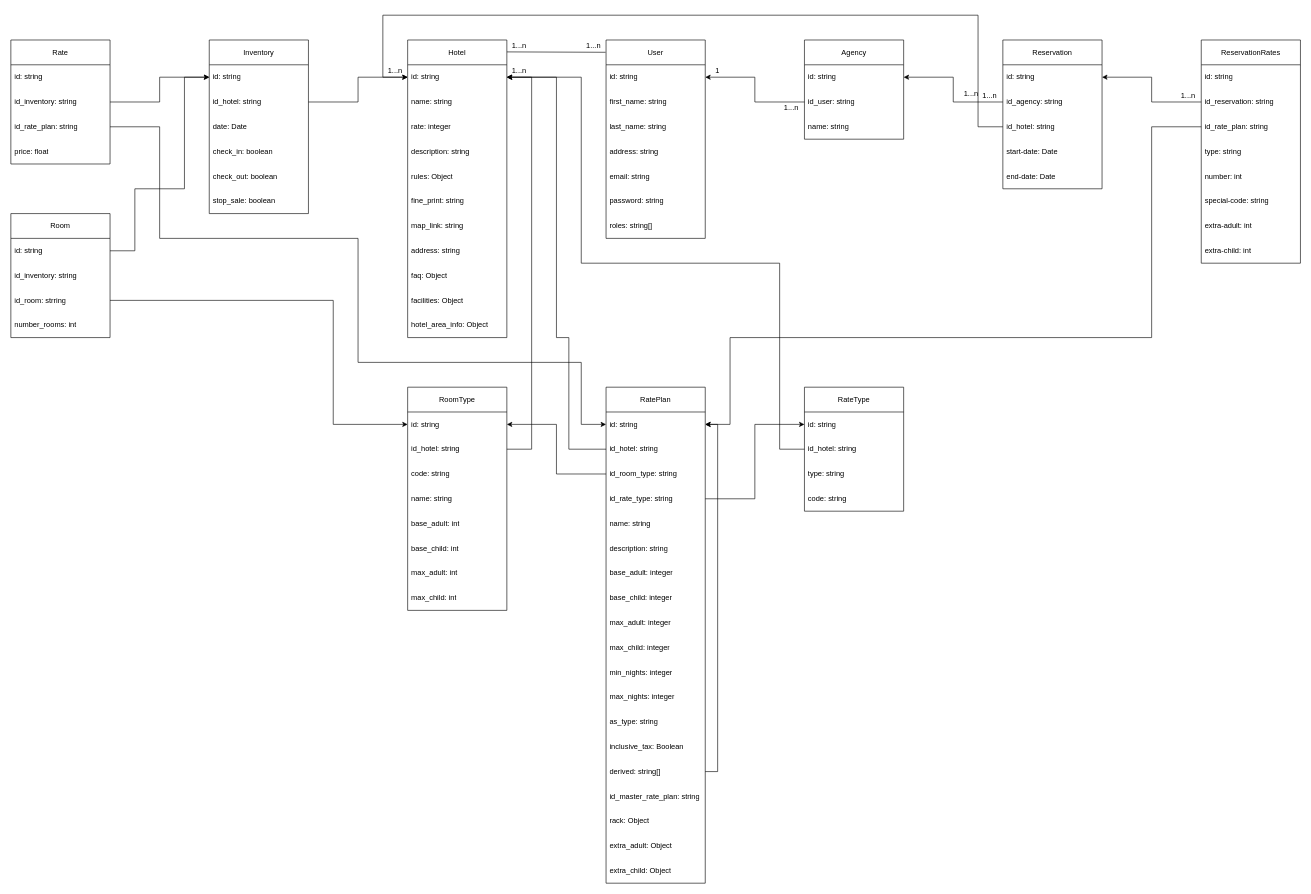
This is H/A-Reservation.drawio from jawharhmidi02/resrvy_diagrams, a draw.io file, before an edit. Source tidied: cells renumbered, new cells numbered last; positions are measured from the earlier drawing's top-left corner, leaving out a move shared by most shapes. Both pictures are drawn from the tidied source at 62%, with x=0, y=0 at pixel (11, 15).
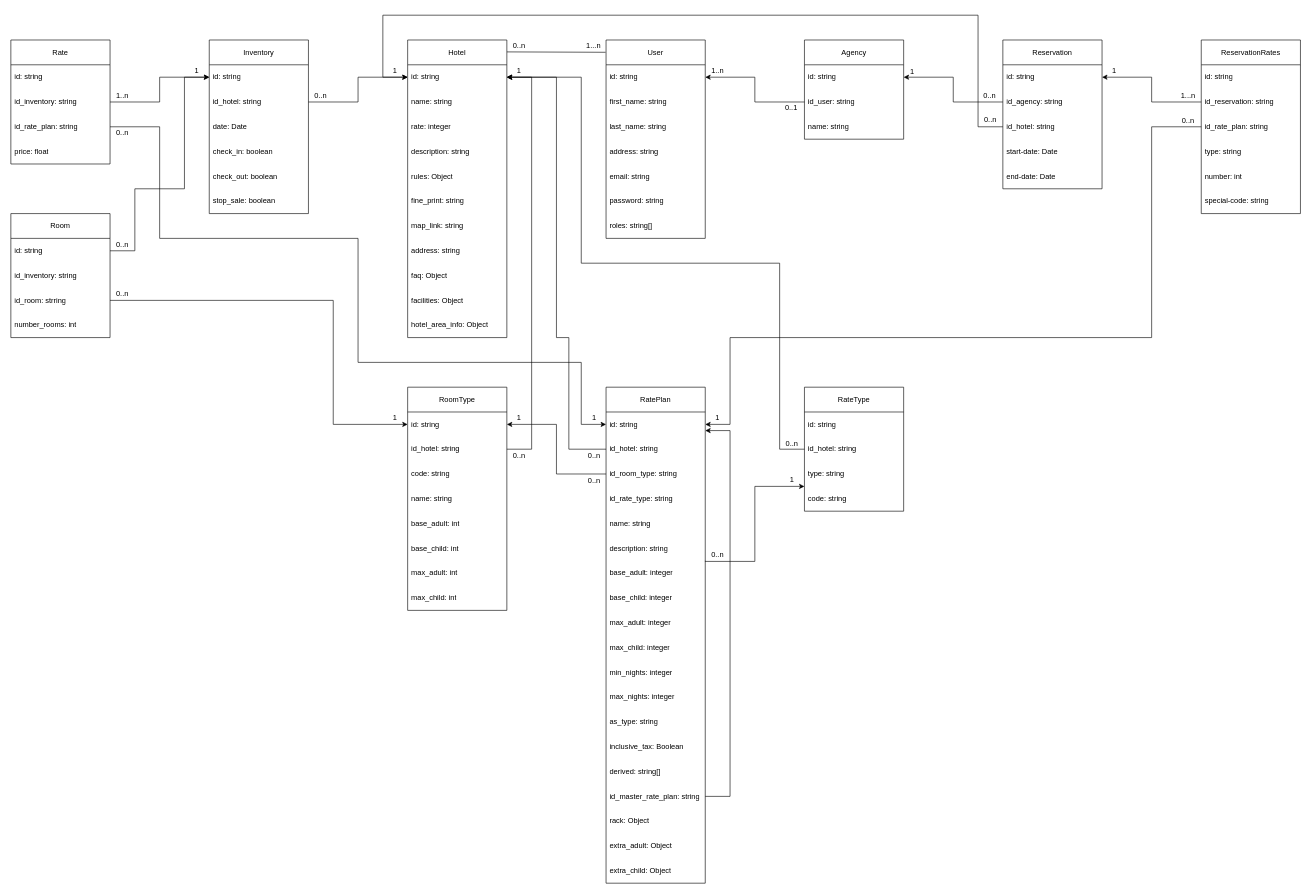
After the change.

Commit message:
Mettre à jour A-Reservation.drawio

The change refers to these unchanged cells:
```xml
<mxCell id="33" value="id: string" style="text;strokeColor=none;fillColor=none;align=left;verticalAlign=middle;spacingLeft=4;spacingRight=4;overflow=hidden;points=[[0,0.5],[1,0.5]];portConstraint=eastwest;whiteSpace=wrap;html=1;" parent="32" vertex="1">
  <mxGeometry y="40" width="160" height="40" as="geometry" />
</mxCell>
<mxCell id="37" value="RatePlan" style="swimlane;fontStyle=0;horizontal=1;startSize=40;whiteSpace=wrap;html=1;direction=east;" parent="1" vertex="1">
  <mxGeometry x="960" y="600" width="160" height="800" as="geometry" />
</mxCell>
<mxCell id="38" value="id: string" style="text;strokeColor=none;fillColor=none;align=left;verticalAlign=middle;spacingLeft=4;spacingRight=4;overflow=hidden;points=[[0,0.5],[1,0.5]];portConstraint=eastwest;whiteSpace=wrap;html=1;" parent="37" vertex="1">
  <mxGeometry y="40" width="160" height="40" as="geometry" />
</mxCell>
<mxCell id="40" value="id_room_type: string" style="text;strokeColor=none;fillColor=none;align=left;verticalAlign=middle;spacingLeft=4;spacingRight=4;overflow=hidden;points=[[0,0.5],[1,0.5]];portConstraint=eastwest;whiteSpace=wrap;html=1;" parent="37" vertex="1">
  <mxGeometry y="120" width="160" height="40" as="geometry" />
</mxCell>
<mxCell id="41" value="id_rate_type: string" style="text;strokeColor=none;fillColor=none;align=left;verticalAlign=middle;spacingLeft=4;spacingRight=4;overflow=hidden;points=[[0,0.5],[1,0.5]];portConstraint=eastwest;whiteSpace=wrap;html=1;" parent="37" vertex="1">
  <mxGeometry y="160" width="160" height="40" as="geometry" />
</mxCell>
<mxCell id="52" value="derived: string[]" style="text;strokeColor=none;fillColor=none;align=left;verticalAlign=middle;spacingLeft=4;spacingRight=4;overflow=hidden;points=[[0,0.5],[1,0.5]];portConstraint=eastwest;whiteSpace=wrap;html=1;" parent="37" vertex="1">
  <mxGeometry y="600" width="160" height="40" as="geometry" />
</mxCell>
<mxCell id="54" value="id_master_rate_plan: string" style="text;strokeColor=none;fillColor=none;align=left;verticalAlign=middle;spacingLeft=4;spacingRight=4;overflow=hidden;points=[[0,0.5],[1,0.5]];portConstraint=eastwest;whiteSpace=wrap;html=1;" parent="37" vertex="1">
  <mxGeometry y="640" width="160" height="40" as="geometry" />
</mxCell>
<mxCell id="59" value="id: string" style="text;strokeColor=none;fillColor=none;align=left;verticalAlign=middle;spacingLeft=4;spacingRight=4;overflow=hidden;points=[[0,0.5],[1,0.5]];portConstraint=eastwest;whiteSpace=wrap;html=1;" parent="58" vertex="1">
  <mxGeometry y="40" width="160" height="40" as="geometry" />
</mxCell>
```

Diff of the diagram source:
```diff
@@
-    <mxCell id="53" style="edgeStyle=orthogonalEdgeStyle;rounded=0;jettySize=auto;html=1;entryX=1;entryY=0.5;entryDx=0;entryDy=0;exitX=1;exitY=0.5;exitDx=0;exitDy=0;" parent="37" edge="1" source="52" target="38">
-      <mxGeometry relative="1" as="geometry">
-        <Array as="points">
-          <mxPoint x="180" y="620" />
-          <mxPoint x="180" y="60" />
-        </Array>
-      </mxGeometry>
-    </mxCell>
@@
+    <mxCell id="53" style="edgeStyle=orthogonalEdgeStyle;rounded=0;jettySize=auto;html=1;exitX=1;exitY=0.5;exitDx=0;exitDy=0;" parent="37" edge="1" source="54">
+      <mxGeometry relative="1" as="geometry">
+        <mxPoint x="160" y="70" as="targetPoint" />
+        <Array as="points">
+          <mxPoint x="200" y="660" />
+          <mxPoint x="200" y="70" />
+        </Array>
+      </mxGeometry>
+    </mxCell>
@@
     <mxCell id="67" value="ReservationRates" style="swimlane;fontStyle=0;horizontal=1;startSize=40;whiteSpace=wrap;html=1;" parent="1" vertex="1">
-      <mxGeometry x="1920" y="40" width="160" height="360" as="geometry" />
+      <mxGeometry x="1920" y="40" width="160" height="280" as="geometry" />
     </mxCell>
@@
-    <mxCell id="74" value="extra-adult: int" style="text;strokeColor=none;fillColor=none;align=left;verticalAlign=middle;spacingLeft=4;spacingRight=4;overflow=hidden;whiteSpace=wrap;html=1;" parent="67" vertex="1">
-      <mxGeometry y="280" width="160" height="40" as="geometry" />
-    </mxCell>
-    <mxCell id="75" value="extra-child: int" style="text;strokeColor=none;fillColor=none;align=left;verticalAlign=middle;spacingLeft=4;spacingRight=4;overflow=hidden;whiteSpace=wrap;html=1;" parent="67" vertex="1">
-      <mxGeometry y="320" width="160" height="40" as="geometry" />
-    </mxCell>
@@
-    <mxCell id="85" value="1...n" style="text;html=1;align=center;verticalAlign=middle;whiteSpace=wrap;rounded=0;" parent="1" vertex="1">
+    <mxCell id="85" value="0..n" style="text;html=1;align=center;verticalAlign=middle;whiteSpace=wrap;rounded=0;" parent="1" vertex="1">
       <mxGeometry x="800" y="40" width="40" height="20" as="geometry" />
     </mxCell>
@@
-    <mxCell id="87" value="1" style="text;html=1;align=center;verticalAlign=middle;whiteSpace=wrap;rounded=0;" parent="1" vertex="1">
+    <mxCell id="87" value="1..n" style="text;html=1;align=center;verticalAlign=middle;whiteSpace=wrap;rounded=0;" parent="1" vertex="1">
       <mxGeometry x="1120" y="80" width="40" height="20" as="geometry" />
     </mxCell>
-    <mxCell id="88" value="1...n" style="text;html=1;align=center;verticalAlign=middle;whiteSpace=wrap;rounded=0;" parent="1" vertex="1">
+    <mxCell id="88" value="0..1" style="text;html=1;align=center;verticalAlign=middle;whiteSpace=wrap;rounded=0;" parent="1" vertex="1">
       <mxGeometry x="1239" y="140" width="40" height="20" as="geometry" />
     </mxCell>
     <mxCell id="89" style="edgeStyle=orthogonalEdgeStyle;rounded=0;jettySize=auto;html=1;entryX=1;entryY=0.5;entryDx=0;entryDy=0;" parent="1" edge="1" source="40" target="59">
-      <mxGeometry relative="1" as="geometry" />
+      <mxGeometry relative="1" as="geometry">
+        <Array as="points">
+          <mxPoint x="880" y="740" />
+          <mxPoint x="880" y="660" />
+        </Array>
+      </mxGeometry>
     </mxCell>
-    <mxCell id="90" style="edgeStyle=orthogonalEdgeStyle;rounded=0;jettySize=auto;html=1;entryX=0;entryY=0.5;entryDx=0;entryDy=0;" parent="1" edge="1" source="41" target="33">
-      <mxGeometry relative="1" as="geometry" />
+    <mxCell id="90" style="edgeStyle=orthogonalEdgeStyle;rounded=0;orthogonalLoop=1;jettySize=auto;html=1;entryX=0;entryY=0.5;entryDx=0;entryDy=0;" parent="1" edge="1">
+      <mxGeometry relative="1" as="geometry">
+        <mxPoint x="1120" y="880" as="sourcePoint" />
+        <mxPoint x="1280" y="760" as="targetPoint" />
+        <Array as="points">
+          <mxPoint x="1200" y="881" />
+          <mxPoint x="1200" y="760" />
+        </Array>
+      </mxGeometry>
     </mxCell>
@@
-    <mxCell id="94" value="1...n" style="text;html=1;align=center;verticalAlign=middle;whiteSpace=wrap;rounded=0;" parent="1" vertex="1">
+    <mxCell id="94" value="1" style="text;html=1;align=center;verticalAlign=middle;whiteSpace=wrap;rounded=0;" parent="1" vertex="1">
       <mxGeometry x="800" y="80" width="40" height="20" as="geometry" />
     </mxCell>
@@
-    <mxCell id="96" value="1...n" style="text;html=1;align=center;verticalAlign=middle;whiteSpace=wrap;rounded=0;" parent="1" vertex="1">
+    <mxCell id="96" value="1" style="text;html=1;align=center;verticalAlign=middle;whiteSpace=wrap;rounded=0;" parent="1" vertex="1">
       <mxGeometry x="600" y="80" width="40" height="20" as="geometry" />
     </mxCell>
@@
-    <mxCell id="115" value="1...n" style="text;html=1;align=center;verticalAlign=middle;whiteSpace=wrap;rounded=0;" parent="1" vertex="1">
+    <mxCell id="115" value="0..n" style="text;html=1;align=center;verticalAlign=middle;whiteSpace=wrap;rounded=0;" parent="1" vertex="1">
       <mxGeometry x="1559" y="120" width="40" height="20" as="geometry" />
     </mxCell>
-    <mxCell id="116" value="1...n" style="text;html=1;align=center;verticalAlign=middle;whiteSpace=wrap;rounded=0;" parent="1" vertex="1">
-      <mxGeometry x="1529" y="117" width="40" height="20" as="geometry" />
+    <mxCell id="116" value="1" style="text;html=1;align=center;verticalAlign=middle;whiteSpace=wrap;rounded=0;" parent="1" vertex="1">
+      <mxGeometry x="1434" y="81" width="40" height="20" as="geometry" />
     </mxCell>
@@
+    <mxCell id="118" value="1" style="text;html=1;align=center;verticalAlign=middle;whiteSpace=wrap;rounded=0;" parent="1" vertex="1">
+      <mxGeometry x="1760" y="80" width="40" height="20" as="geometry" />
+    </mxCell>
+    <mxCell id="119" value="1" style="text;html=1;align=center;verticalAlign=middle;whiteSpace=wrap;rounded=0;" parent="1" vertex="1">
+      <mxGeometry x="1120" y="640" width="40" height="20" as="geometry" />
+    </mxCell>
+    <mxCell id="120" value="0..n" style="text;html=1;align=center;verticalAlign=middle;whiteSpace=wrap;rounded=0;" parent="1" vertex="1">
+      <mxGeometry x="1879" y="160" width="40" height="20" as="geometry" />
+    </mxCell>
+    <mxCell id="121" value="1" style="text;html=1;align=center;verticalAlign=middle;whiteSpace=wrap;rounded=0;" parent="1" vertex="1">
+      <mxGeometry x="1240" y="740" width="40" height="20" as="geometry" />
+    </mxCell>
+    <mxCell id="122" value="0..n" style="text;html=1;align=center;verticalAlign=middle;whiteSpace=wrap;rounded=0;" parent="1" vertex="1">
+      <mxGeometry x="1120" y="860" width="40" height="20" as="geometry" />
+    </mxCell>
+    <mxCell id="123" value="0..n" style="text;html=1;align=center;verticalAlign=middle;whiteSpace=wrap;rounded=0;" parent="1" vertex="1">
+      <mxGeometry x="921" y="741" width="40" height="20" as="geometry" />
+    </mxCell>
+    <mxCell id="124" value="1" style="text;html=1;align=center;verticalAlign=middle;whiteSpace=wrap;rounded=0;" parent="1" vertex="1">
+      <mxGeometry x="800" y="640" width="40" height="20" as="geometry" />
+    </mxCell>
+    <mxCell id="125" value="1" style="text;html=1;align=center;verticalAlign=middle;whiteSpace=wrap;rounded=0;" parent="1" vertex="1">
+      <mxGeometry x="600" y="640" width="40" height="20" as="geometry" />
+    </mxCell>
+    <mxCell id="126" value="0..n" style="text;html=1;align=center;verticalAlign=middle;whiteSpace=wrap;rounded=0;" parent="1" vertex="1">
+      <mxGeometry x="160" y="440" width="40" height="20" as="geometry" />
+    </mxCell>
+    <mxCell id="127" value="0..n" style="text;html=1;align=center;verticalAlign=middle;whiteSpace=wrap;rounded=0;" parent="1" vertex="1">
+      <mxGeometry x="800" y="701" width="40" height="20" as="geometry" />
+    </mxCell>
+    <mxCell id="128" value="0..n" style="text;html=1;align=center;verticalAlign=middle;whiteSpace=wrap;rounded=0;" parent="1" vertex="1">
+      <mxGeometry x="921" y="701" width="40" height="20" as="geometry" />
+    </mxCell>
+    <mxCell id="129" value="0..n" style="text;html=1;align=center;verticalAlign=middle;whiteSpace=wrap;rounded=0;" parent="1" vertex="1">
+      <mxGeometry x="1240" y="681" width="40" height="20" as="geometry" />
+    </mxCell>
+    <mxCell id="130" value="0..n" style="text;html=1;align=center;verticalAlign=middle;whiteSpace=wrap;rounded=0;" parent="1" vertex="1">
+      <mxGeometry x="1560" y="159" width="40" height="20" as="geometry" />
+    </mxCell>
+    <mxCell id="131" value="1" style="text;html=1;align=center;verticalAlign=middle;whiteSpace=wrap;rounded=0;" parent="1" vertex="1">
+      <mxGeometry x="921" y="640" width="40" height="20" as="geometry" />
+    </mxCell>
+    <mxCell id="132" value="0..n" style="text;html=1;align=center;verticalAlign=middle;whiteSpace=wrap;rounded=0;" parent="1" vertex="1">
+      <mxGeometry x="160" y="179" width="40" height="20" as="geometry" />
+    </mxCell>
+    <mxCell id="133" value="1..n" style="text;html=1;align=center;verticalAlign=middle;whiteSpace=wrap;rounded=0;" parent="1" vertex="1">
+      <mxGeometry x="160" y="120" width="40" height="20" as="geometry" />
+    </mxCell>
+    <mxCell id="134" value="1" style="text;html=1;align=center;verticalAlign=middle;whiteSpace=wrap;rounded=0;" parent="1" vertex="1">
+      <mxGeometry x="280" y="80" width="40" height="20" as="geometry" />
+    </mxCell>
+    <mxCell id="135" value="0..n" style="text;html=1;align=center;verticalAlign=middle;whiteSpace=wrap;rounded=0;" parent="1" vertex="1">
+      <mxGeometry x="480" y="120" width="40" height="20" as="geometry" />
+    </mxCell>
+    <mxCell id="136" value="0..n" style="text;html=1;align=center;verticalAlign=middle;whiteSpace=wrap;rounded=0;" parent="1" vertex="1">
+      <mxGeometry x="160" y="360" width="40" height="20" as="geometry" />
+    </mxCell>
```
